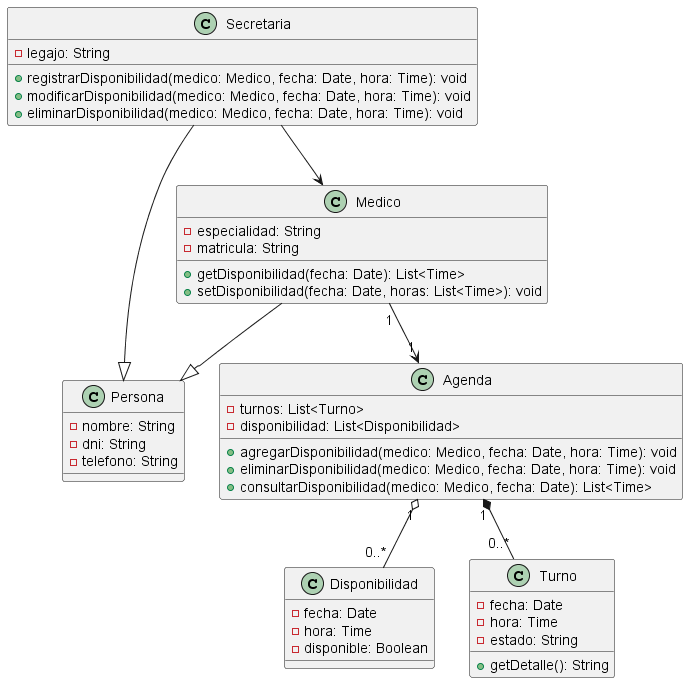
This is diagramas/01-diagrama-clases/05-clases-administrar-disponibilidad-05.png from Purezaamor/SistemaTurnosMedicos, a PlantUML export, as it was before one commit. Source of this version:
```plantuml
@startuml
class Persona {
  - nombre: String
  - dni: String
  - telefono: String
}

class Secretaria {
  - legajo: String
  + registrarDisponibilidad(medico: Medico, fecha: Date, hora: Time): void
  + modificarDisponibilidad(medico: Medico, fecha: Date, hora: Time): void
  + eliminarDisponibilidad(medico: Medico, fecha: Date, hora: Time): void
}

class Medico {
  - especialidad: String
  - matricula: String
  + getDisponibilidad(fecha: Date): List<Time>
  + setDisponibilidad(fecha: Date, horas: List<Time>): void
}

class Agenda {
  - turnos: List<Turno>
  - disponibilidad: List<Disponibilidad>
  + agregarDisponibilidad(medico: Medico, fecha: Date, hora: Time): void
  + eliminarDisponibilidad(medico: Medico, fecha: Date, hora: Time): void
  + consultarDisponibilidad(medico: Medico, fecha: Date): List<Time>
}

class Disponibilidad {
  - fecha: Date
  - hora: Time
  - disponible: Boolean
}

class Turno {
  - fecha: Date
  - hora: Time
  - estado: String
  + getDetalle(): String
}

Secretaria --|> Persona
Medico --|> Persona
Secretaria --> Medico
Agenda "1" o-- "0..*" Disponibilidad
Agenda "1" *-- "0..*" Turno
Medico "1" --> "1" Agenda
@enduml
```
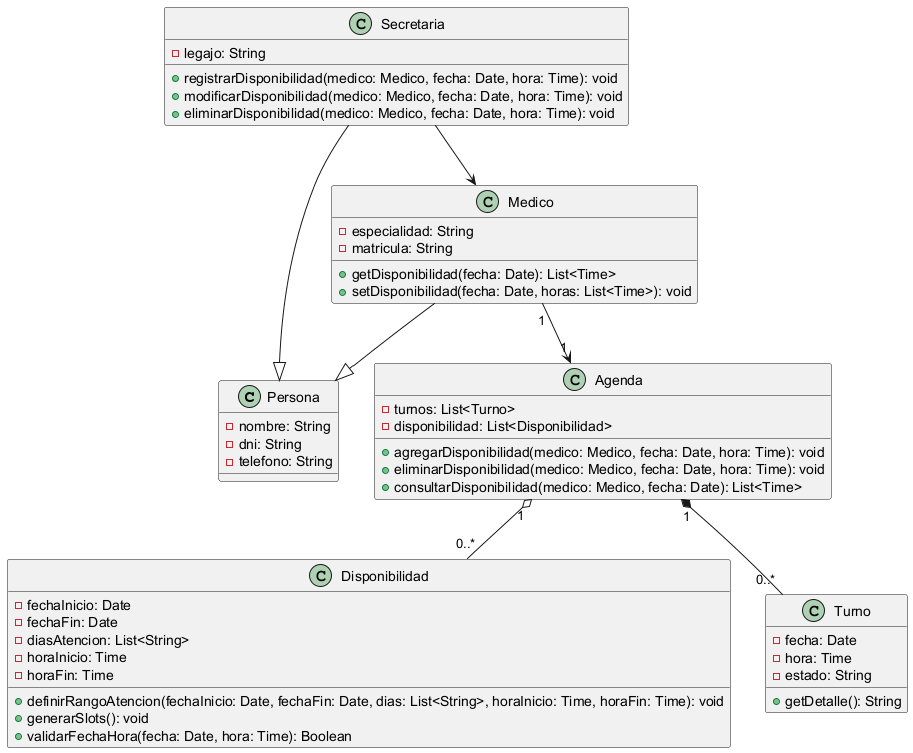
Later version of the same file.

Commit message:
fix: resuelve correccion RCN15

Diff of the diagram source:
```diff
@@ -28,9 +28,14 @@
 }
 
 class Disponibilidad {
-  - fecha: Date
-  - hora: Time
-  - disponible: Boolean
+    - fechaInicio: Date
+    - fechaFin: Date
+    - diasAtencion: List<String>
+    - horaInicio: Time
+    - horaFin: Time
+    + definirRangoAtencion(fechaInicio: Date, fechaFin: Date, dias: List<String>, horaInicio: Time, horaFin: Time): void
+    + generarSlots(): void
+    + validarFechaHora(fecha: Date, hora: Time): Boolean
 }
 
 class Turno {
```
